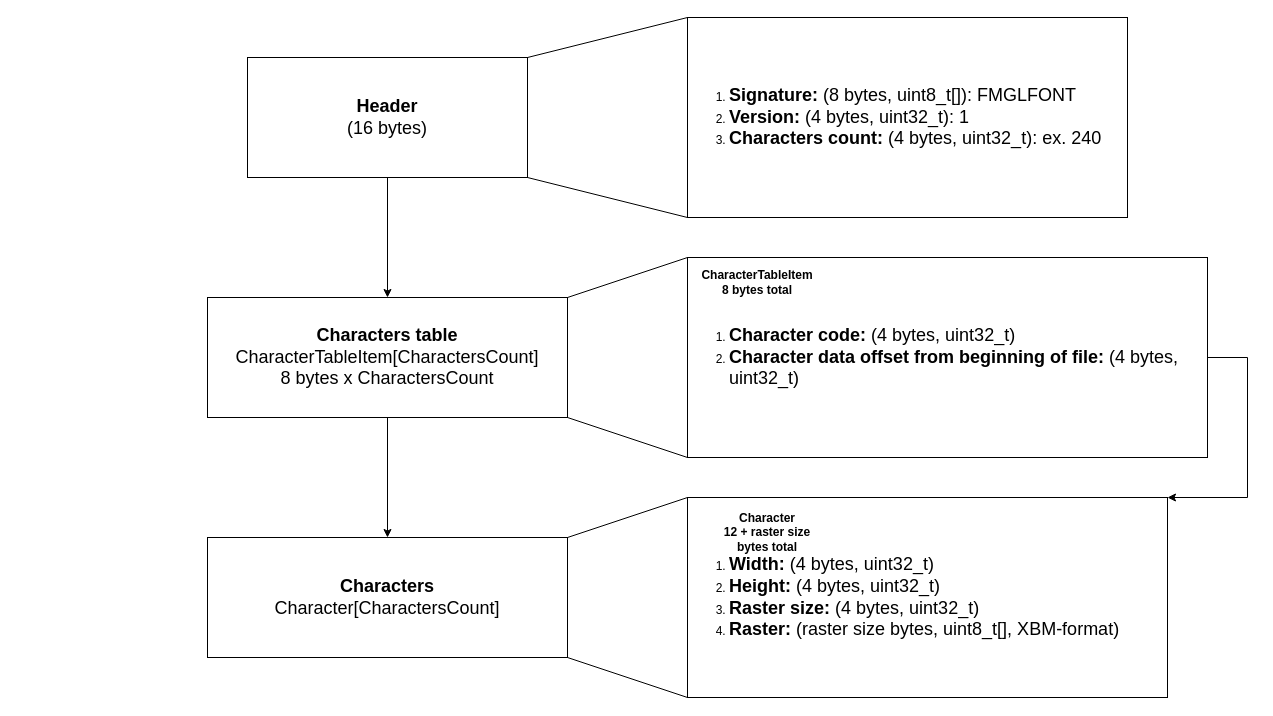
Before: Documents/File format.drawio in shaktilucidia/STM32_L2HAL_FontsGenerator, a draw.io diagram. Source tidied: cells renumbered, new cells numbered last; positions are measured from the earlier drawing's top-left corner, leaving out a move shared by most shapes. Both pictures are drawn from the tidied source at 100%, with x=0, y=0 at pixel (207, 17).
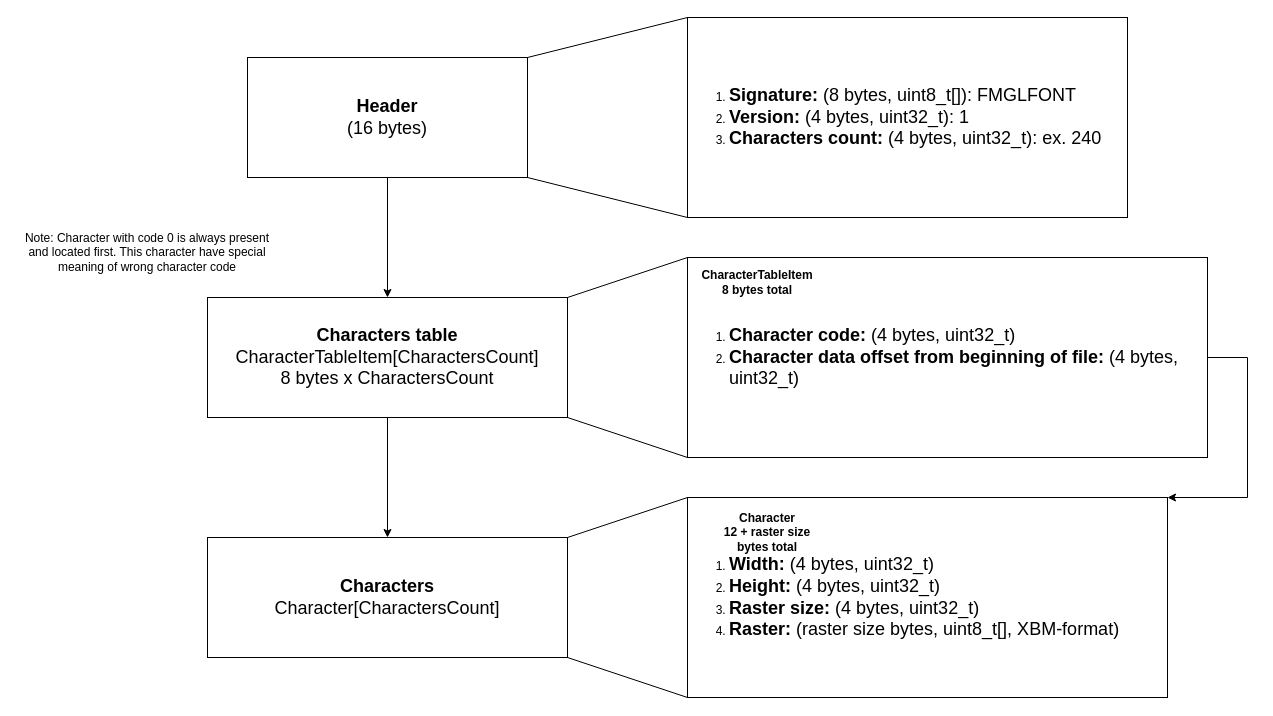
The same page after the edit.

Commit message (it also covers changes not shown here):
Added special character "no character"

Diff of the diagram source:
```diff
@@
+    <mxCell id="19" value="Note: Character with code 0 is always present and located first. This character have special meaning of wrong character code" style="text;html=1;align=center;verticalAlign=middle;whiteSpace=wrap;rounded=0;" parent="1" vertex="1">
+      <mxGeometry x="-190" y="210" width="260" height="50" as="geometry" />
+    </mxCell>
```
